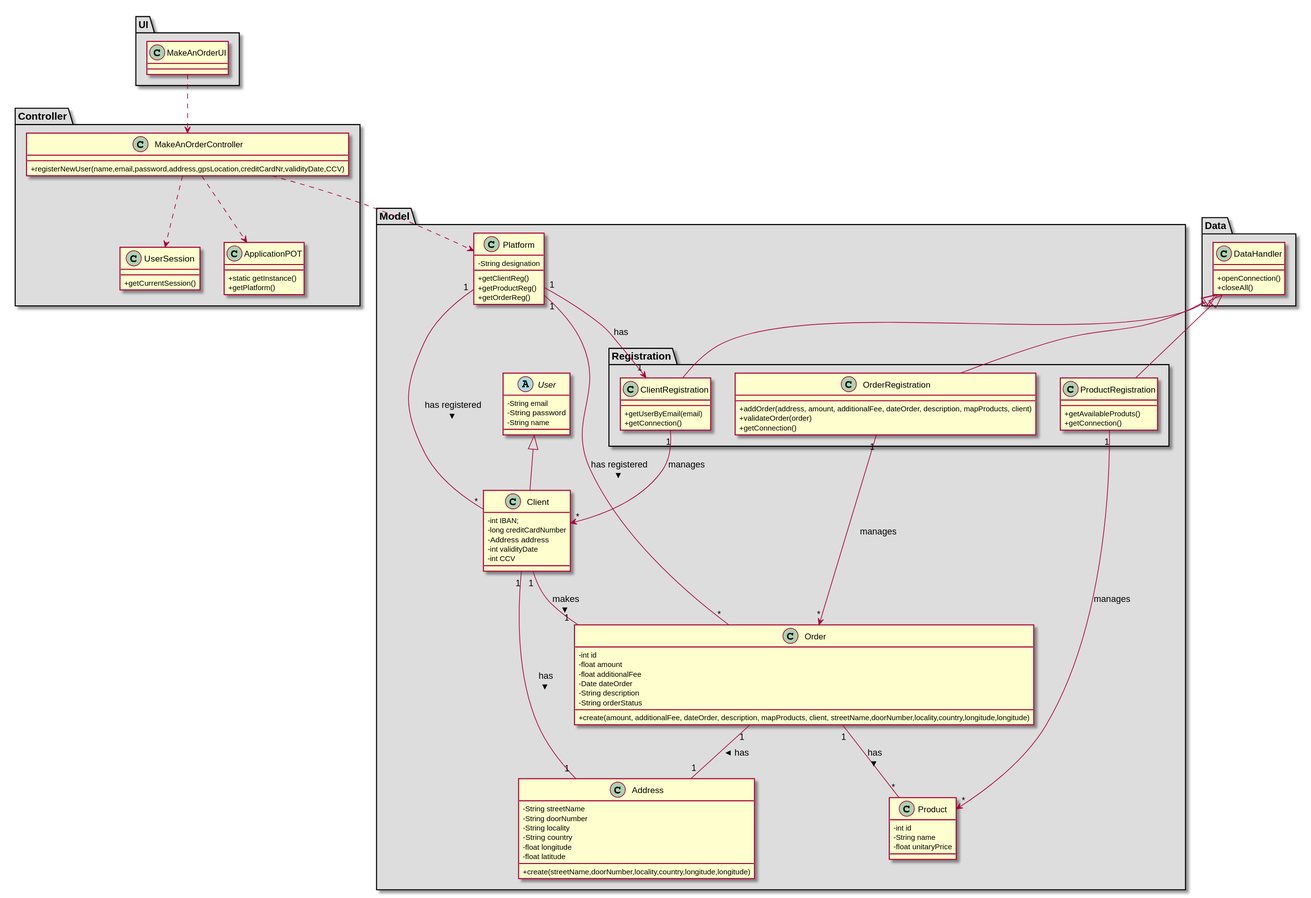
This is docs/Iteration 1/Make An Order/US25_MakeAnOrder/US25_CD.svg from tiagoavcosta25/LAPR3, a PlantUML export, as it was before one commit.
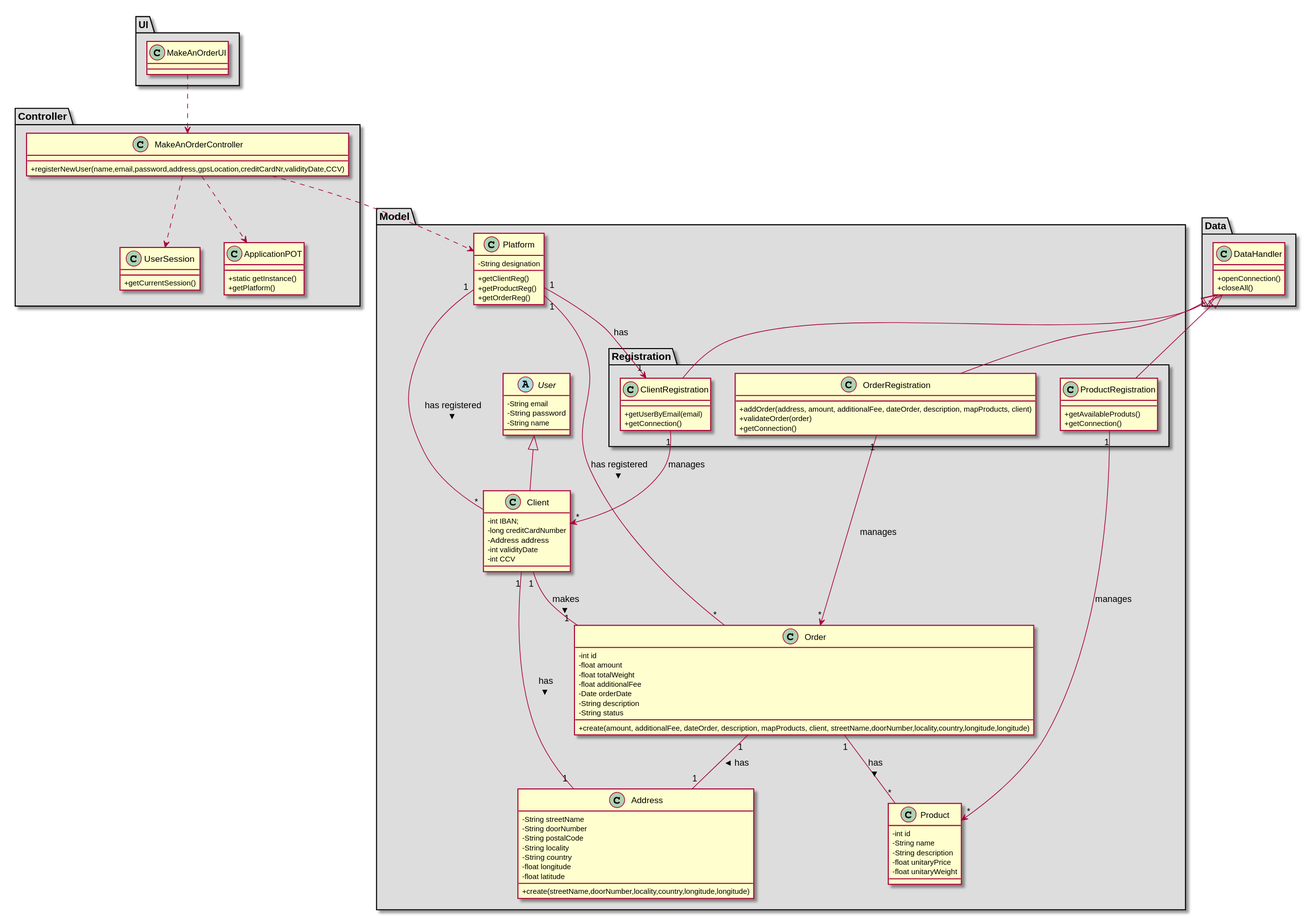
The same file after the commit.

What changed in the source:
```diff
@@ -68,29 +68,33 @@
 }
 
 class Address{
--String streetName
--String doorNumber
--String locality
--String country
--float longitude
--float latitude
+-   String streetName
+-   String doorNumber
+-   String postalCode
+-   String locality
+-   String country
+-   float longitude
+-   float latitude
 +create(streetName,doorNumber,locality,country,longitude,longitude)
 }
 
 class Order{
 -   int id
 -   float amount
+-   float totalWeight
 -   float additionalFee
--   Date dateOrder
+-   Date orderDate
 -   String description
--   String orderStatus
+-   String status
 +create(amount, additionalFee, dateOrder, description, mapProducts, client, streetName,doorNumber,locality,country,longitude,longitude)
 }
 
 class Product{
 -   int id
 -   String name
+-   String description
 -   float unitaryPrice
+-   float unitaryWeight
 }
 
 }
```
